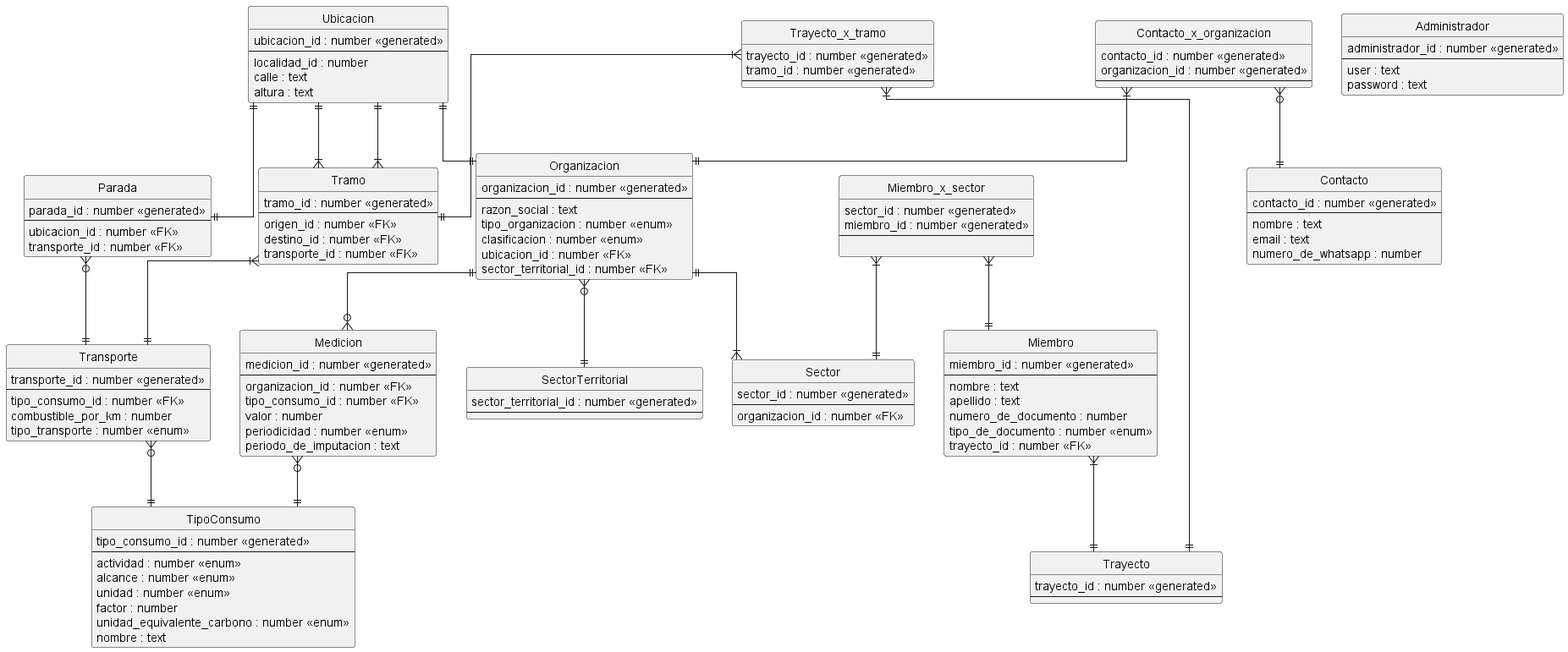
Above: out/DER/DER.png in mbeorlegui/tpa-dds-2022 (PlantUML), before the change.
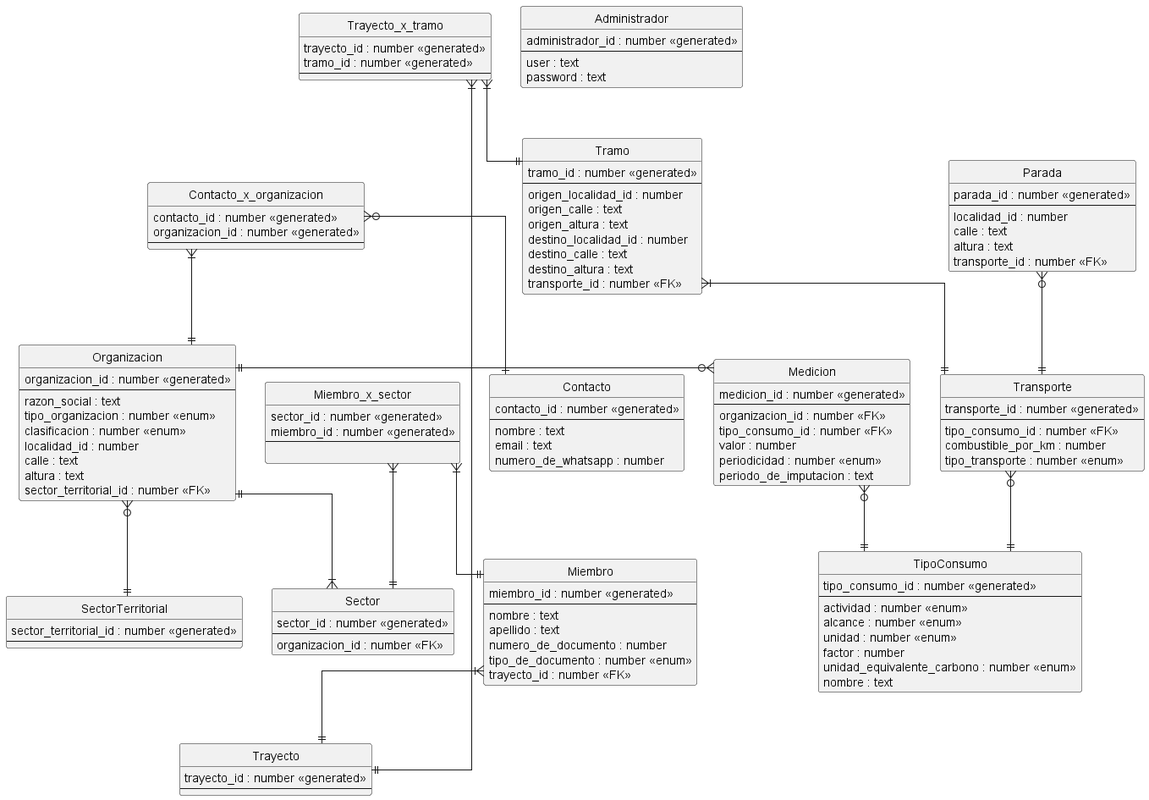
After the commit.

Commit message:
Fix: embeber ubicacion en der

Diff of the diagram source:
```diff
@@ -9,7 +9,9 @@
   razon_social : text
   tipo_organizacion : number <<enum>>
   clasificacion : number <<enum>>
-  ubicacion_id : number <<FK>>
+  localidad_id : number
+  calle : text
+  altura : text
   sector_territorial_id : number <<FK>>
 }
 
@@ -53,14 +55,6 @@
   periodo_de_imputacion : text
 }
 
-entity Ubicacion {
-  ubicacion_id : number <<generated>>
-  --
-  localidad_id : number
-  calle : text
-  altura : text
-}
-
 entity Sector {
   sector_id : number <<generated>>
   --
@@ -95,8 +89,12 @@
 entity Tramo {
   tramo_id : number <<generated>>
   --
-  origen_id : number <<FK>>
-  destino_id : number <<FK>>
+  origen_localidad_id : number
+  origen_calle : text
+  origen_altura : text
+  destino_localidad_id : number
+  destino_calle : text
+  destino_altura : text
   transporte_id : number <<FK>>
 }
 
@@ -114,7 +112,9 @@
 entity Parada {
   parada_id : number <<generated>>
   --
-  ubicacion_id : number <<FK>>
+  localidad_id : number
+  calle : text
+  altura : text
   transporte_id : number <<FK>>
 }
 
@@ -128,10 +128,7 @@
 Organizacion ||--|{ Sector
 Miembro }|--|| Trayecto
 Tramo }|--|| Transporte
-Ubicacion ||--|| Parada
-Ubicacion ||--|| Organizacion
-Ubicacion||--|{ Tramo
-Ubicacion||--|{ Tramo
+
 Organizacion||-o{ Medicion
 Medicion }o--|| TipoConsumo
 Transporte }o--|| TipoConsumo
```
